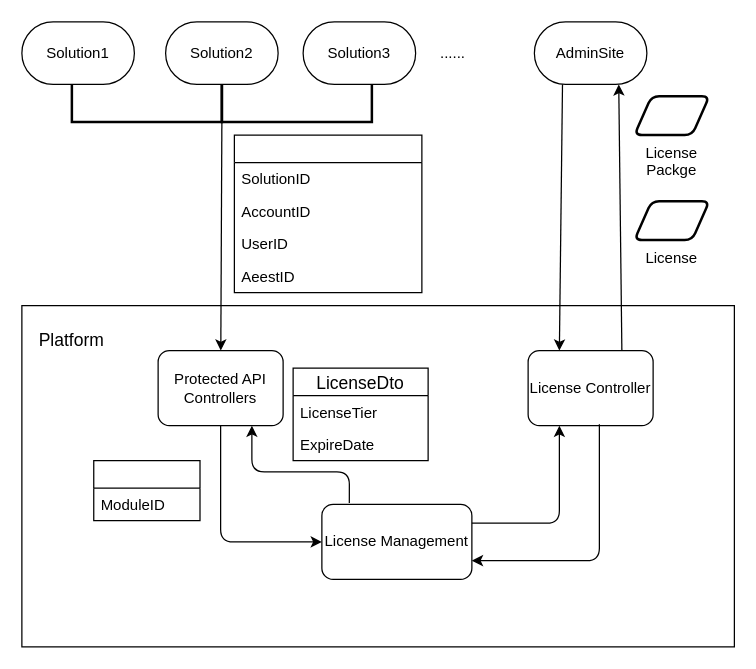
Above: page "Data Flow Chart" (2 of 3) of SFx License Management Tech Design.drawio in xiaowei90113/Design (draw.io), before the change. Source tidied: cells renumbered, new cells numbered last; positions are measured from the earlier drawing's top-left corner, leaving out a move shared by most shapes. Both pictures are drawn from the tidied source at 125%, with x=0, y=0 at pixel (21, 21).
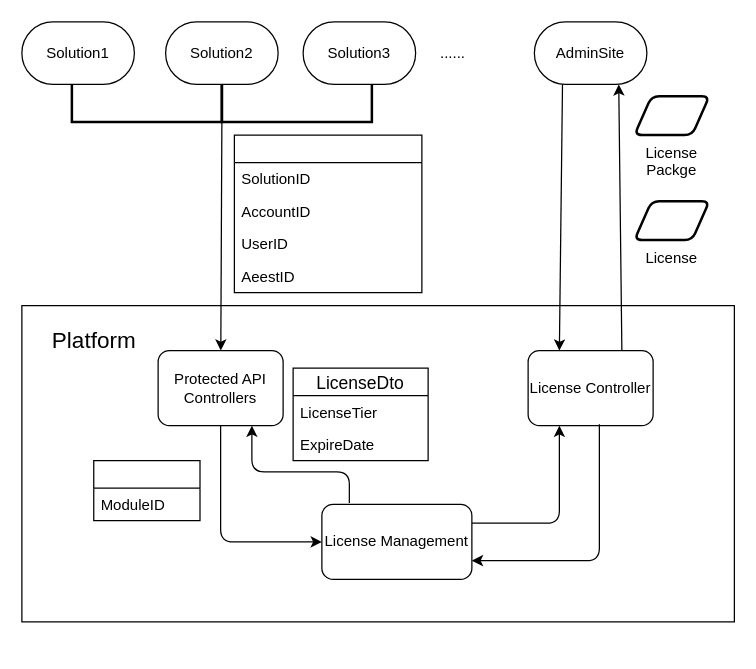
After the change.

What changed in the source:
```diff
@@
     <mxCell id="6" style="rounded=0;whiteSpace=wrap;html=1;" parent="1" vertex="1">
-      <mxGeometry y="227" width="570" height="273" as="geometry" />
+      <mxGeometry y="227" width="570" height="253" as="geometry" />
     </mxCell>
-    <mxCell id="7" value="&lt;font style=&quot;font-size: 14px&quot;&gt;Platform&lt;/font&gt;" style="text;html=1;strokeColor=none;fillColor=none;align=center;verticalAlign=middle;whiteSpace=wrap;rounded=0;" parent="1" vertex="1">
-      <mxGeometry x="15" y="240" width="50" height="30" as="geometry" />
+    <mxCell id="7" value="&lt;font style=&quot;font-size: 18px&quot;&gt;Platform&lt;/font&gt;" style="text;html=1;strokeColor=none;fillColor=none;align=center;verticalAlign=middle;whiteSpace=wrap;rounded=0;" parent="1" vertex="1">
+      <mxGeometry x="32.5" y="240" width="50" height="30" as="geometry" />
     </mxCell>
```
